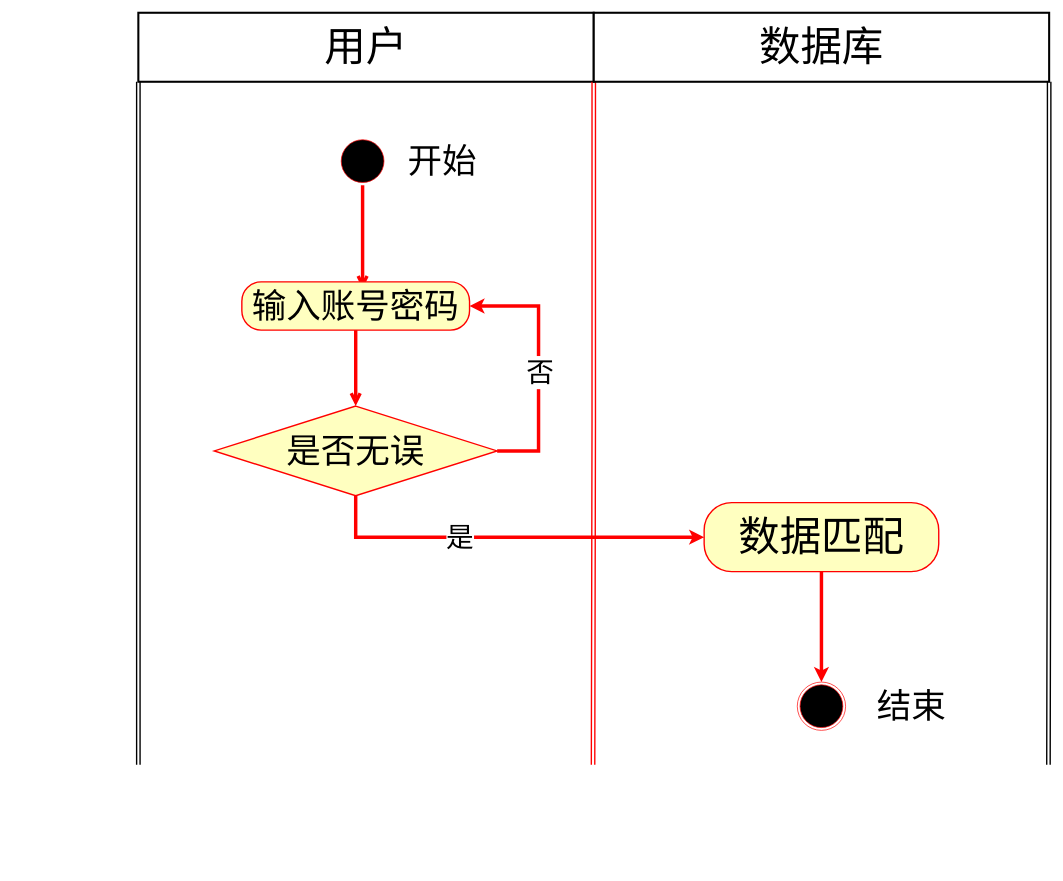
This is chart/登录活动图.drawio from YangGuiTong/QtQQ, a draw.io file, before an edit. Source tidied: cells renumbered, new cells numbered last; positions are measured from the earlier drawing's top-left corner, leaving out a move shared by most shapes. Both pictures are drawn from the tidied source at 69%, with x=0, y=0 at pixel (138, 12).
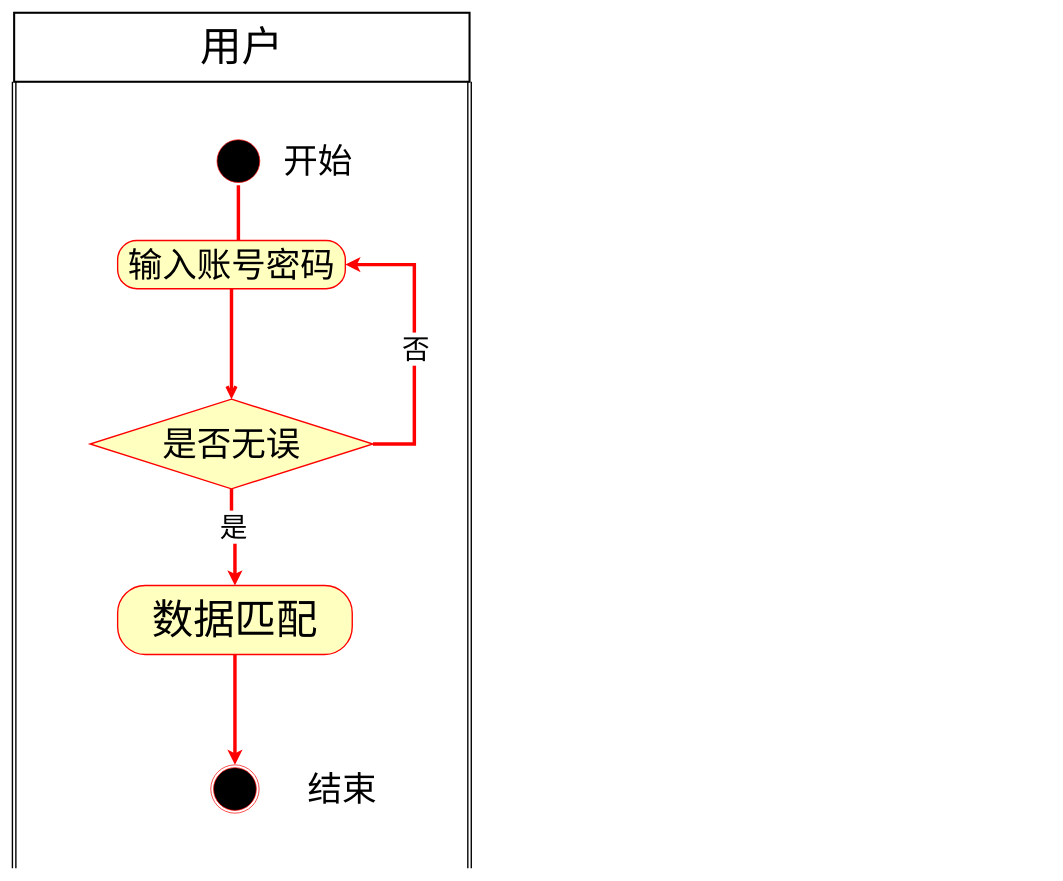
Above is the later version.

Commit message:
更新登录活动图.drawio

Change to the diagram source:
```diff
@@
     <mxCell id="2" style="edgeStyle=orthogonalEdgeStyle;rounded=0;jettySize=auto;html=1;exitX=0;exitY=1;exitDx=0;exitDy=0;shape=link;strokeWidth=2;" parent="1" edge="1" source="3">
       <mxGeometry relative="1" as="geometry">
-        <mxPoint y="1090" as="targetPoint" />
+        <mxPoint x="-180" y="1240" as="targetPoint" />
       </mxGeometry>
     </mxCell>
+    <mxCell id="21" style="edgeStyle=orthogonalEdgeStyle;rounded=0;jettySize=auto;html=1;exitX=1;exitY=1;exitDx=0;exitDy=0;shape=link;strokeWidth=2;" parent="1" edge="1" source="3">
+      <mxGeometry relative="1" as="geometry">
+        <mxPoint x="480" y="1240" as="targetPoint" />
+      </mxGeometry>
+    </mxCell>
     <mxCell id="3" value="用户" style="html=1;whiteSpace=wrap;strokeWidth=3;fontSize=60;" parent="1" vertex="1">
-      <mxGeometry width="660" height="100" as="geometry" />
+      <mxGeometry x="-180" width="660" height="100" as="geometry" />
     </mxCell>
-    <mxCell id="4" style="edgeStyle=orthogonalEdgeStyle;rounded=0;jettySize=auto;html=1;exitX=0;exitY=1;exitDx=0;exitDy=0;shape=link;strokeWidth=2;strokeColor=#FF0000;" parent="1" edge="1" source="6">
-      <mxGeometry relative="1" as="geometry">
-        <mxPoint x="659" y="1090" as="targetPoint" />
-      </mxGeometry>
-    </mxCell>
-    <mxCell id="5" style="edgeStyle=orthogonalEdgeStyle;rounded=0;jettySize=auto;html=1;exitX=1;exitY=1;exitDx=0;exitDy=0;shape=link;strokeWidth=2;" parent="1" edge="1" source="6">
-      <mxGeometry relative="1" as="geometry">
-        <mxPoint x="1319" y="1090" as="targetPoint" />
-      </mxGeometry>
-    </mxCell>
-    <mxCell id="6" value="数据库" style="html=1;whiteSpace=wrap;strokeWidth=3;fontSize=60;" parent="1" vertex="1">
-      <mxGeometry x="660" width="660" height="100" as="geometry" />
-    </mxCell>
     <mxCell id="7" style="ellipse;html=1;shape=startState;fillColor=#000000;strokeColor=#ff0000;" parent="1" vertex="1">
-      <mxGeometry x="290" y="180" width="70" height="70" as="geometry" />
+      <mxGeometry x="110" y="180" width="70" height="70" as="geometry" />
     </mxCell>
     <mxCell id="8" style="edgeStyle=orthogonalEdgeStyle;html=1;verticalAlign=bottom;endArrow=open;endSize=8;strokeColor=#ff0000;rounded=0;strokeWidth=5;" parent="1" edge="1" source="7">
       <mxGeometry relative="1" as="geometry">
-        <mxPoint x="325" y="400" as="targetPoint" />
+        <mxPoint x="145" y="400" as="targetPoint" />
       </mxGeometry>
     </mxCell>
     <mxCell id="9" value="开始" style="text;html=1;align=center;verticalAlign=middle;strokeColor=none;fillColor=none;fontSize=50;" parent="1" vertex="1">
-      <mxGeometry x="380" y="180" width="120" height="70" as="geometry" />
+      <mxGeometry x="200" y="180" width="120" height="70" as="geometry" />
     </mxCell>
     <mxCell id="10" value="&lt;font style=&quot;font-size: 50px;&quot;&gt;输入账号密码&lt;/font&gt;" style="rounded=1;whiteSpace=wrap;html=1;arcSize=40;fontColor=#000000;fillColor=#ffffc0;strokeColor=#ff0000;strokeWidth=2;" parent="1" vertex="1">
-      <mxGeometry x="150" y="390" width="330" height="70" as="geometry" />
+      <mxGeometry x="-30" y="330" width="330" height="70" as="geometry" />
     </mxCell>
@@
     <mxCell id="12" style="edgeStyle=orthogonalEdgeStyle;rounded=0;jettySize=auto;html=1;exitX=1;exitY=0.5;exitDx=0;exitDy=0;entryX=1;entryY=0.5;entryDx=0;entryDy=0;strokeWidth=5;strokeColor=#FF0000;fontSize=50;" parent="1" edge="1" source="16" target="10">
       <mxGeometry relative="1" as="geometry">
         <Array as="points">
-          <mxPoint x="580" y="635" />
-          <mxPoint x="580" y="425" />
+          <mxPoint x="400" y="625" />
+          <mxPoint x="400" y="365" />
         </Array>
       </mxGeometry>
     </mxCell>
@@
-    <mxCell id="14" style="edgeStyle=orthogonalEdgeStyle;rounded=0;jettySize=auto;html=1;exitX=0.5;exitY=1;exitDx=0;exitDy=0;entryX=0;entryY=0.5;entryDx=0;entryDy=0;strokeWidth=5;strokeColor=#FF0000;" parent="1" edge="1" source="16" target="18">
+    <mxCell id="14" style="edgeStyle=orthogonalEdgeStyle;rounded=0;jettySize=auto;html=1;exitX=0.5;exitY=1;exitDx=0;exitDy=0;entryX=0.5;entryY=0;entryDx=0;entryDy=0;strokeWidth=5;strokeColor=#FF0000;" parent="1" edge="1" source="16" target="18">
       <mxGeometry relative="1" as="geometry" />
     </mxCell>
@@
     <mxCell id="16" value="是否无误" style="rhombus;whiteSpace=wrap;html=1;fontColor=#000000;fillColor=#ffffc0;strokeColor=#ff0000;fontSize=50;strokeWidth=2;" parent="1" vertex="1">
-      <mxGeometry x="110" y="570" width="410" height="130" as="geometry" />
+      <mxGeometry x="-70" y="560" width="410" height="130" as="geometry" />
     </mxCell>
@@
     <mxCell id="18" value="数据匹配" style="rounded=1;whiteSpace=wrap;html=1;arcSize=40;fontColor=#000000;fillColor=#ffffc0;strokeColor=#ff0000;fontSize=60;strokeWidth=2;" parent="1" vertex="1">
-      <mxGeometry x="820" y="710" width="340" height="100" as="geometry" />
+      <mxGeometry x="-30" y="830" width="340" height="100" as="geometry" />
     </mxCell>
     <mxCell id="19" style="ellipse;html=1;shape=endState;fillColor=#000000;strokeColor=#ff0000;" parent="1" vertex="1">
-      <mxGeometry x="955" y="970" width="70" height="70" as="geometry" />
+      <mxGeometry x="105" y="1090" width="70" height="70" as="geometry" />
     </mxCell>
     <mxCell id="20" value="结束" style="text;html=1;align=center;verticalAlign=middle;strokeColor=none;fillColor=none;fontSize=50;" parent="1" vertex="1">
-      <mxGeometry x="1060" y="970" width="120" height="70" as="geometry" />
+      <mxGeometry x="235" y="1090" width="120" height="70" as="geometry" />
     </mxCell>
```
